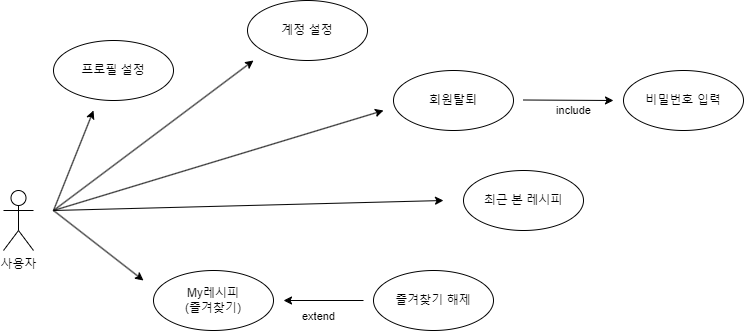
Earlier version of the draw.io export 수정/마이페이지-수정.png (Yoon-jae-min/UsecaseDiagram). Source tidied: cells renumbered, new cells last; positions are measured from the earlier drawing's top-left corner, leaving out a move shared by most shapes. Source of this version:
```xml
<mxGraphModel>
  <root>
    <mxCell id="0" />
    <mxCell id="1" parent="0" />
    <mxCell id="2" value="사용자" style="shape=umlActor;verticalLabelPosition=bottom;verticalAlign=top;html=1;fillColor=none;" parent="1" vertex="1">
      <mxGeometry y="190" width="30" height="60" as="geometry" />
    </mxCell>
    <mxCell id="3" value="회원탈퇴" style="ellipse;whiteSpace=wrap;html=1;fillColor=none;" parent="1" vertex="1">
      <mxGeometry x="390" y="70" width="120" height="60" as="geometry" />
    </mxCell>
    <mxCell id="4" value="프로필 설정" style="ellipse;whiteSpace=wrap;html=1;fillColor=none;" parent="1" vertex="1">
      <mxGeometry x="50" y="40" width="120" height="60" as="geometry" />
    </mxCell>
    <mxCell id="5" value="My레시피&lt;div&gt;(즐겨찾기)&lt;/div&gt;" style="ellipse;whiteSpace=wrap;html=1;fillColor=none;" parent="1" vertex="1">
      <mxGeometry x="150" y="270" width="120" height="60" as="geometry" />
    </mxCell>
    <mxCell id="6" style="endArrow=classic;html=1;rounded=0;" parent="1" edge="1">
      <mxGeometry relative="1" as="geometry">
        <mxPoint x="50" y="210" as="sourcePoint" />
        <mxPoint x="90" y="110" as="targetPoint" />
      </mxGeometry>
    </mxCell>
    <mxCell id="7" style="endArrow=classic;html=1;rounded=0;" parent="1" edge="1">
      <mxGeometry relative="1" as="geometry">
        <mxPoint x="50" y="210" as="sourcePoint" />
        <mxPoint x="380" y="110" as="targetPoint" />
      </mxGeometry>
    </mxCell>
    <mxCell id="8" style="endArrow=classic;html=1;rounded=0;" parent="1" edge="1">
      <mxGeometry relative="1" as="geometry">
        <mxPoint x="50" y="210" as="sourcePoint" />
        <mxPoint x="140" y="280" as="targetPoint" />
      </mxGeometry>
    </mxCell>
    <mxCell id="9" value="비밀번호 입력" style="ellipse;whiteSpace=wrap;html=1;fillColor=none;" parent="1" vertex="1">
      <mxGeometry x="620" y="70" width="120" height="60" as="geometry" />
    </mxCell>
    <mxCell id="10" value="include" style="endArrow=classic;html=1;rounded=0;labelBackgroundColor=none;" parent="1" edge="1">
      <mxGeometry x="0.11" y="-10" relative="1" as="geometry">
        <mxPoint x="520" y="99.5" as="sourcePoint" />
        <mxPoint x="610" y="100" as="targetPoint" />
      </mxGeometry>
    </mxCell>
    <mxCell id="11" value="즐겨찾기 해제" style="ellipse;whiteSpace=wrap;html=1;fillColor=none;" parent="1" vertex="1">
      <mxGeometry x="370" y="270" width="120" height="60" as="geometry" />
    </mxCell>
    <mxCell id="12" value="extend" style="endArrow=classic;html=1;rounded=0;labelBackgroundColor=none;" parent="1" edge="1">
      <mxGeometry x="0.12" y="15" relative="1" as="geometry">
        <mxPoint x="360" y="300" as="sourcePoint" />
        <mxPoint x="280" y="300" as="targetPoint" />
        <mxPoint y="1" as="offset" />
      </mxGeometry>
    </mxCell>
    <mxCell id="13" value="계정 설정" style="ellipse;whiteSpace=wrap;html=1;fillColor=none;" parent="1" vertex="1">
      <mxGeometry x="244" width="120" height="60" as="geometry" />
    </mxCell>
    <mxCell id="14" style="endArrow=classic;html=1;rounded=0;" parent="1" edge="1">
      <mxGeometry relative="1" as="geometry">
        <mxPoint x="50" y="210" as="sourcePoint" />
        <mxPoint x="250" y="60" as="targetPoint" />
      </mxGeometry>
    </mxCell>
    <mxCell id="15" value="최근 본 레시피" style="ellipse;whiteSpace=wrap;html=1;fillColor=none;" parent="1" vertex="1">
      <mxGeometry x="460" y="170" width="120" height="60" as="geometry" />
    </mxCell>
    <mxCell id="16" style="endArrow=classic;html=1;rounded=0;" parent="1" edge="1">
      <mxGeometry relative="1" as="geometry">
        <mxPoint x="50" y="210" as="sourcePoint" />
        <mxPoint x="440" y="200" as="targetPoint" />
      </mxGeometry>
    </mxCell>
  </root>
</mxGraphModel>
```
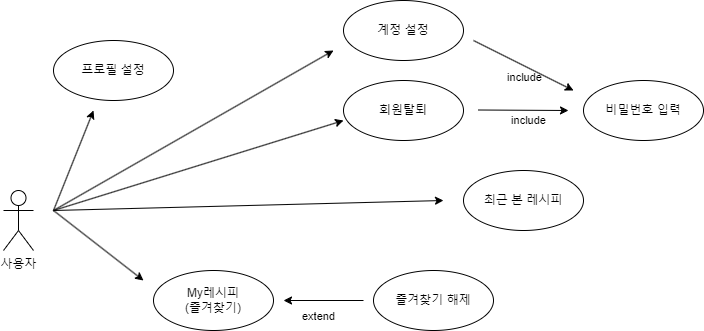
Above is the later version.

Commit message:
마이페이지-수정.png 업데이트

The edit, as a diff of the source:
```diff
@@ -6,7 +6,7 @@
       <mxGeometry y="190" width="30" height="60" as="geometry" />
     </mxCell>
     <mxCell id="3" value="회원탈퇴" style="ellipse;whiteSpace=wrap;html=1;fillColor=none;" parent="1" vertex="1">
-      <mxGeometry x="390" y="70" width="120" height="60" as="geometry" />
+      <mxGeometry x="340" y="80" width="120" height="60" as="geometry" />
     </mxCell>
     <mxCell id="4" value="프로필 설정" style="ellipse;whiteSpace=wrap;html=1;fillColor=none;" parent="1" vertex="1">
       <mxGeometry x="50" y="40" width="120" height="60" as="geometry" />
@@ -23,7 +23,7 @@
     <mxCell id="7" style="endArrow=classic;html=1;rounded=0;" parent="1" edge="1">
       <mxGeometry relative="1" as="geometry">
         <mxPoint x="50" y="210" as="sourcePoint" />
-        <mxPoint x="380" y="110" as="targetPoint" />
+        <mxPoint x="340" y="120" as="targetPoint" />
       </mxGeometry>
     </mxCell>
     <mxCell id="8" style="endArrow=classic;html=1;rounded=0;" parent="1" edge="1">
@@ -33,12 +33,12 @@
       </mxGeometry>
     </mxCell>
     <mxCell id="9" value="비밀번호 입력" style="ellipse;whiteSpace=wrap;html=1;fillColor=none;" parent="1" vertex="1">
-      <mxGeometry x="620" y="70" width="120" height="60" as="geometry" />
+      <mxGeometry x="580" y="80" width="120" height="60" as="geometry" />
     </mxCell>
     <mxCell id="10" value="include" style="endArrow=classic;html=1;rounded=0;labelBackgroundColor=none;" parent="1" edge="1">
       <mxGeometry x="0.11" y="-10" relative="1" as="geometry">
-        <mxPoint x="520" y="99.5" as="sourcePoint" />
-        <mxPoint x="610" y="100" as="targetPoint" />
+        <mxPoint x="475" y="109.5" as="sourcePoint" />
+        <mxPoint x="565" y="110" as="targetPoint" />
       </mxGeometry>
     </mxCell>
     <mxCell id="11" value="즐겨찾기 해제" style="ellipse;whiteSpace=wrap;html=1;fillColor=none;" parent="1" vertex="1">
@@ -52,12 +52,12 @@
       </mxGeometry>
     </mxCell>
     <mxCell id="13" value="계정 설정" style="ellipse;whiteSpace=wrap;html=1;fillColor=none;" parent="1" vertex="1">
-      <mxGeometry x="244" width="120" height="60" as="geometry" />
+      <mxGeometry x="340" width="120" height="60" as="geometry" />
     </mxCell>
     <mxCell id="14" style="endArrow=classic;html=1;rounded=0;" parent="1" edge="1">
       <mxGeometry relative="1" as="geometry">
         <mxPoint x="50" y="210" as="sourcePoint" />
-        <mxPoint x="250" y="60" as="targetPoint" />
+        <mxPoint x="330" y="50" as="targetPoint" />
       </mxGeometry>
     </mxCell>
     <mxCell id="15" value="최근 본 레시피" style="ellipse;whiteSpace=wrap;html=1;fillColor=none;" parent="1" vertex="1">
@@ -69,5 +69,11 @@
         <mxPoint x="440" y="200" as="targetPoint" />
       </mxGeometry>
     </mxCell>
+    <mxCell id="17" value="include" style="endArrow=classic;html=1;rounded=0;labelBackgroundColor=none;" parent="1" edge="1">
+      <mxGeometry x="0.11" y="-10" relative="1" as="geometry">
+        <mxPoint x="470" y="40" as="sourcePoint" />
+        <mxPoint x="570" y="90" as="targetPoint" />
+      </mxGeometry>
+    </mxCell>
   </root>
 </mxGraphModel>
```
